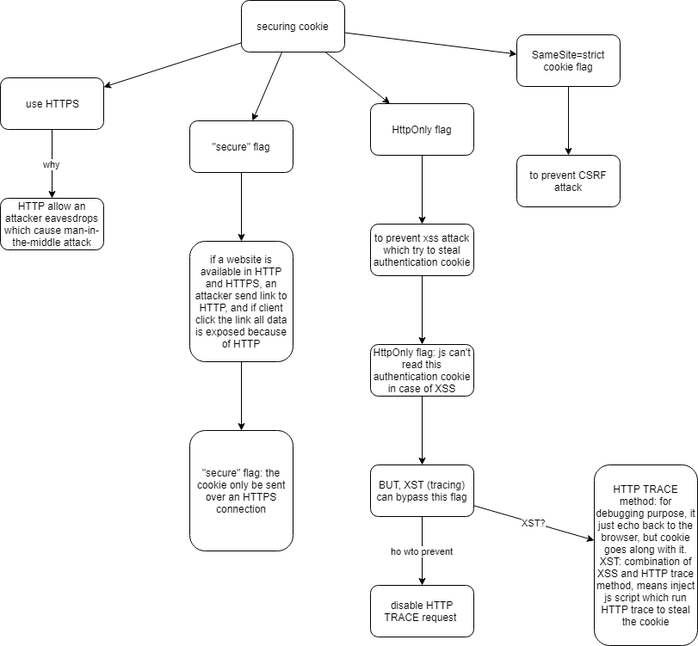
Earlier version of the draw.io export cookie_concept.png (stsiwo/security_concept). Source tidied: cells renumbered, new cells last; positions are measured from the earlier drawing's top-left corner, leaving out a move shared by most shapes. Source of this version:
```xml
<mxGraphModel background="#FFFFFF">
  <root>
    <mxCell id="0" />
    <mxCell id="1" parent="0" />
    <mxCell id="2" style="rounded=0;html=1;jettySize=auto;" parent="1" edge="1" source="6" target="27">
      <mxGeometry relative="1" as="geometry" />
    </mxCell>
    <mxCell id="3" style="edgeStyle=none;rounded=0;html=1;jettySize=auto;" parent="1" edge="1" source="6" target="22">
      <mxGeometry relative="1" as="geometry" />
    </mxCell>
    <mxCell id="4" style="edgeStyle=none;rounded=0;html=1;jettySize=auto;" parent="1" edge="1" source="6" target="11">
      <mxGeometry relative="1" as="geometry" />
    </mxCell>
    <mxCell id="5" style="edgeStyle=none;rounded=0;html=1;jettySize=auto;" parent="1" edge="1" source="6" target="8">
      <mxGeometry relative="1" as="geometry" />
    </mxCell>
    <mxCell id="6" value="securing cookie" style="rounded=1;whiteSpace=wrap;html=1;" parent="1" vertex="1">
      <mxGeometry x="280" width="120" height="60" as="geometry" />
    </mxCell>
    <mxCell id="7" style="edgeStyle=none;rounded=0;html=1;jettySize=auto;" parent="1" edge="1" source="8" target="9">
      <mxGeometry relative="1" as="geometry" />
    </mxCell>
    <mxCell id="8" value="SameSite=strict cookie flag" style="rounded=1;whiteSpace=wrap;html=1;" parent="1" vertex="1">
      <mxGeometry x="600" y="40" width="120" height="60" as="geometry" />
    </mxCell>
    <mxCell id="9" value="to prevent CSRF attack" style="rounded=1;whiteSpace=wrap;html=1;" parent="1" vertex="1">
      <mxGeometry x="600" y="180" width="120" height="60" as="geometry" />
    </mxCell>
    <mxCell id="10" style="edgeStyle=none;rounded=0;html=1;jettySize=auto;" parent="1" edge="1" source="11" target="13">
      <mxGeometry relative="1" as="geometry" />
    </mxCell>
    <mxCell id="11" value="HttpOnly flag" style="rounded=1;whiteSpace=wrap;html=1;" parent="1" vertex="1">
      <mxGeometry x="430" y="120" width="120" height="60" as="geometry" />
    </mxCell>
    <mxCell id="12" style="edgeStyle=none;rounded=0;html=1;jettySize=auto;" parent="1" edge="1" source="13" target="15">
      <mxGeometry relative="1" as="geometry" />
    </mxCell>
    <mxCell id="13" value="to prevent xss attack which try to steal authentication cookie" style="rounded=1;whiteSpace=wrap;html=1;" parent="1" vertex="1">
      <mxGeometry x="430" y="260" width="120" height="60" as="geometry" />
    </mxCell>
    <mxCell id="14" style="edgeStyle=none;rounded=0;html=1;jettySize=auto;" parent="1" edge="1" source="15" target="18">
      <mxGeometry relative="1" as="geometry" />
    </mxCell>
    <mxCell id="15" value="HttpOnly flag: js can't read this authentication cookie in case of XSS" style="rounded=1;whiteSpace=wrap;html=1;" parent="1" vertex="1">
      <mxGeometry x="430" y="400" width="120" height="60" as="geometry" />
    </mxCell>
    <mxCell id="16" value="XST?" style="edgeStyle=none;rounded=0;html=1;jettySize=auto;" parent="1" edge="1" source="18" target="20">
      <mxGeometry relative="1" as="geometry" />
    </mxCell>
    <mxCell id="17" value="ho wto prevent" style="edgeStyle=none;rounded=0;html=1;jettySize=auto;" parent="1" edge="1" source="18" target="19">
      <mxGeometry relative="1" as="geometry" />
    </mxCell>
    <mxCell id="18" value="BUT, XST (tracing) can bypass this flag" style="rounded=1;whiteSpace=wrap;html=1;" parent="1" vertex="1">
      <mxGeometry x="430" y="540" width="120" height="60" as="geometry" />
    </mxCell>
    <mxCell id="19" value="disable HTTP TRACE request&amp;nbsp;" style="rounded=1;whiteSpace=wrap;html=1;" parent="1" vertex="1">
      <mxGeometry x="430" y="680" width="120" height="60" as="geometry" />
    </mxCell>
    <mxCell id="20" value="HTTP TRACE method: for debugging purpose, it just echo back to the browser, but cookie goes along with it.&lt;br&gt;XST: combination of XSS and HTTP trace method, means inject js script which run HTTP trace to steal the cookie&lt;br&gt;" style="rounded=1;whiteSpace=wrap;html=1;" parent="1" vertex="1">
      <mxGeometry x="690" y="540" width="120" height="210" as="geometry" />
    </mxCell>
    <mxCell id="21" style="edgeStyle=none;rounded=0;html=1;jettySize=auto;" parent="1" edge="1" source="22" target="24">
      <mxGeometry relative="1" as="geometry" />
    </mxCell>
    <mxCell id="22" value="&quot;secure&quot; flag" style="rounded=1;whiteSpace=wrap;html=1;" parent="1" vertex="1">
      <mxGeometry x="220" y="140" width="120" height="60" as="geometry" />
    </mxCell>
    <mxCell id="23" style="edgeStyle=none;rounded=0;html=1;jettySize=auto;" parent="1" edge="1" source="24" target="25">
      <mxGeometry relative="1" as="geometry" />
    </mxCell>
    <mxCell id="24" value="if a website is available in HTTP and HTTPS, an attacker send link to HTTP, and if client click the link all data is exposed because of HTTP" style="rounded=1;whiteSpace=wrap;html=1;" parent="1" vertex="1">
      <mxGeometry x="220" y="280" width="120" height="140" as="geometry" />
    </mxCell>
    <mxCell id="25" value="&quot;secure&quot; flag: the cookie only be sent over an HTTPS connection" style="rounded=1;whiteSpace=wrap;html=1;" parent="1" vertex="1">
      <mxGeometry x="220" y="500" width="120" height="140" as="geometry" />
    </mxCell>
    <mxCell id="26" value="why" style="edgeStyle=none;rounded=0;html=1;jettySize=auto;" parent="1" edge="1" source="27" target="28">
      <mxGeometry relative="1" as="geometry" />
    </mxCell>
    <mxCell id="27" value="use HTTPS" style="rounded=1;whiteSpace=wrap;html=1;" parent="1" vertex="1">
      <mxGeometry y="90" width="120" height="60" as="geometry" />
    </mxCell>
    <mxCell id="28" value="HTTP allow an attacker eavesdrops which cause man-in-the-middle attack" style="rounded=1;whiteSpace=wrap;html=1;" parent="1" vertex="1">
      <mxGeometry y="230" width="120" height="60" as="geometry" />
    </mxCell>
  </root>
</mxGraphModel>
```
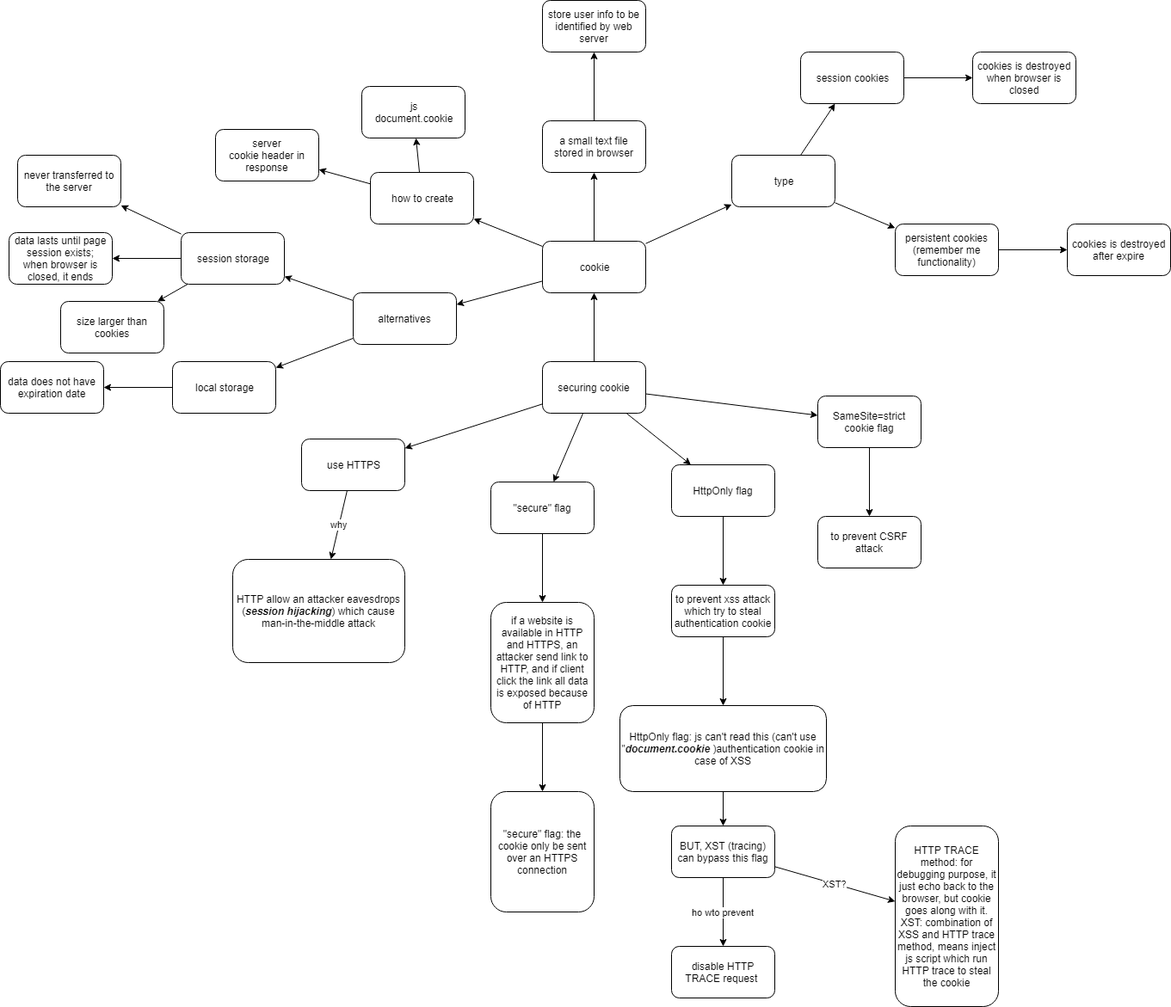
The same file after the commit.

Change to the diagram source:
```diff
@@ -14,9 +14,117 @@
     <mxCell id="5" style="edgeStyle=none;rounded=0;html=1;jettySize=auto;" parent="1" edge="1" source="6" target="8">
       <mxGeometry relative="1" as="geometry" />
     </mxCell>
+    <mxCell id="29" style="edgeStyle=none;rounded=0;html=1;jettySize=auto;" parent="1" edge="1" source="6" target="34">
+      <mxGeometry relative="1" as="geometry" />
+    </mxCell>
     <mxCell id="6" value="securing cookie" style="rounded=1;whiteSpace=wrap;html=1;" parent="1" vertex="1">
       <mxGeometry x="280" width="120" height="60" as="geometry" />
     </mxCell>
+    <mxCell id="30" style="edgeStyle=none;rounded=0;html=1;jettySize=auto;" parent="1" edge="1" source="34" target="63">
+      <mxGeometry relative="1" as="geometry" />
+    </mxCell>
+    <mxCell id="31" style="edgeStyle=none;rounded=0;html=1;jettySize=auto;" parent="1" edge="1" source="34" target="55">
+      <mxGeometry relative="1" as="geometry" />
+    </mxCell>
+    <mxCell id="32" style="edgeStyle=none;rounded=0;html=1;jettySize=auto;" parent="1" edge="1" source="34" target="50">
+      <mxGeometry relative="1" as="geometry" />
+    </mxCell>
+    <mxCell id="33" style="edgeStyle=none;rounded=0;html=1;jettySize=auto;" parent="1" edge="1" source="34" target="37">
+      <mxGeometry relative="1" as="geometry" />
+    </mxCell>
+    <mxCell id="34" value="cookie" style="rounded=1;whiteSpace=wrap;html=1;" parent="1" vertex="1">
+      <mxGeometry x="280" y="-140" width="120" height="60" as="geometry" />
+    </mxCell>
+    <mxCell id="35" style="edgeStyle=none;rounded=0;html=1;jettySize=auto;" parent="1" edge="1" source="37" target="44">
+      <mxGeometry relative="1" as="geometry" />
+    </mxCell>
+    <mxCell id="36" style="edgeStyle=none;rounded=0;html=1;jettySize=auto;" parent="1" edge="1" source="37" target="39">
+      <mxGeometry relative="1" as="geometry" />
+    </mxCell>
+    <mxCell id="37" value="alternatives" style="rounded=1;whiteSpace=wrap;html=1;" parent="1" vertex="1">
+      <mxGeometry x="60" y="-80" width="120" height="60" as="geometry" />
+    </mxCell>
+    <mxCell id="38" style="edgeStyle=none;rounded=0;html=1;jettySize=auto;" parent="1" edge="1" source="39" target="40">
+      <mxGeometry relative="1" as="geometry" />
+    </mxCell>
+    <mxCell id="39" value="local storage" style="rounded=1;whiteSpace=wrap;html=1;" parent="1" vertex="1">
+      <mxGeometry x="-150" width="120" height="60" as="geometry" />
+    </mxCell>
+    <mxCell id="40" value="data does not have expiration date" style="rounded=1;whiteSpace=wrap;html=1;" parent="1" vertex="1">
+      <mxGeometry x="-350" width="120" height="60" as="geometry" />
+    </mxCell>
+    <mxCell id="41" style="edgeStyle=none;rounded=0;html=1;jettySize=auto;" parent="1" edge="1" source="44" target="47">
+      <mxGeometry relative="1" as="geometry" />
+    </mxCell>
+    <mxCell id="42" style="edgeStyle=none;rounded=0;html=1;jettySize=auto;" parent="1" edge="1" source="44" target="46">
+      <mxGeometry relative="1" as="geometry" />
+    </mxCell>
+    <mxCell id="43" style="edgeStyle=none;rounded=0;html=1;jettySize=auto;" parent="1" edge="1" source="44" target="45">
+      <mxGeometry relative="1" as="geometry" />
+    </mxCell>
+    <mxCell id="44" value="session storage" style="rounded=1;whiteSpace=wrap;html=1;" parent="1" vertex="1">
+      <mxGeometry x="-140" y="-150" width="120" height="60" as="geometry" />
+    </mxCell>
+    <mxCell id="45" value="size larger than cookies" style="rounded=1;whiteSpace=wrap;html=1;" parent="1" vertex="1">
+      <mxGeometry x="-280" y="-70" width="120" height="60" as="geometry" />
+    </mxCell>
+    <mxCell id="46" value="never transferred to the server" style="rounded=1;whiteSpace=wrap;html=1;" parent="1" vertex="1">
+      <mxGeometry x="-330" y="-240" width="120" height="60" as="geometry" />
+    </mxCell>
+    <mxCell id="47" value="data lasts until page session exists;&lt;br&gt;when browser is closed, it ends&lt;br&gt;" style="rounded=1;whiteSpace=wrap;html=1;" parent="1" vertex="1">
+      <mxGeometry x="-340" y="-150" width="120" height="60" as="geometry" />
+    </mxCell>
+    <mxCell id="48" style="edgeStyle=none;rounded=0;html=1;jettySize=auto;" parent="1" edge="1" source="50" target="52">
+      <mxGeometry relative="1" as="geometry" />
+    </mxCell>
+    <mxCell id="49" style="edgeStyle=none;rounded=0;html=1;jettySize=auto;" parent="1" edge="1" source="50" target="51">
+      <mxGeometry relative="1" as="geometry" />
+    </mxCell>
+    <mxCell id="50" value="how to create" style="rounded=1;whiteSpace=wrap;html=1;" parent="1" vertex="1">
+      <mxGeometry x="80" y="-220" width="120" height="60" as="geometry" />
+    </mxCell>
+    <mxCell id="51" value="server&lt;br&gt;cookie header in response&lt;br&gt;" style="rounded=1;whiteSpace=wrap;html=1;" parent="1" vertex="1">
+      <mxGeometry x="-100" y="-270" width="120" height="60" as="geometry" />
+    </mxCell>
+    <mxCell id="52" value="js&lt;br&gt;document.cookie&lt;br&gt;" style="rounded=1;whiteSpace=wrap;html=1;" parent="1" vertex="1">
+      <mxGeometry x="70" y="-320" width="120" height="60" as="geometry" />
+    </mxCell>
+    <mxCell id="53" style="edgeStyle=none;rounded=0;html=1;jettySize=auto;" parent="1" edge="1" source="55" target="60">
+      <mxGeometry relative="1" as="geometry" />
+    </mxCell>
+    <mxCell id="54" style="edgeStyle=none;rounded=0;html=1;jettySize=auto;" parent="1" edge="1" source="55" target="57">
+      <mxGeometry relative="1" as="geometry" />
+    </mxCell>
+    <mxCell id="55" value="type" style="rounded=1;whiteSpace=wrap;html=1;" parent="1" vertex="1">
+      <mxGeometry x="500" y="-240" width="120" height="60" as="geometry" />
+    </mxCell>
+    <mxCell id="56" style="edgeStyle=none;rounded=0;html=1;jettySize=auto;" parent="1" edge="1" source="57" target="58">
+      <mxGeometry relative="1" as="geometry" />
+    </mxCell>
+    <mxCell id="57" value="persistent cookies&lt;br&gt;(remember me functionality)&lt;br&gt;" style="rounded=1;whiteSpace=wrap;html=1;" parent="1" vertex="1">
+      <mxGeometry x="690" y="-160" width="120" height="60" as="geometry" />
+    </mxCell>
+    <mxCell id="58" value="cookies is destroyed after expire" style="rounded=1;whiteSpace=wrap;html=1;" parent="1" vertex="1">
+      <mxGeometry x="890" y="-160" width="120" height="60" as="geometry" />
+    </mxCell>
+    <mxCell id="59" style="edgeStyle=none;rounded=0;html=1;jettySize=auto;" parent="1" edge="1" source="60" target="61">
+      <mxGeometry relative="1" as="geometry" />
+    </mxCell>
+    <mxCell id="60" value="session cookies" style="rounded=1;whiteSpace=wrap;html=1;" parent="1" vertex="1">
+      <mxGeometry x="580" y="-360" width="120" height="60" as="geometry" />
+    </mxCell>
+    <mxCell id="61" value="cookies is destroyed when browser is closed" style="rounded=1;whiteSpace=wrap;html=1;" parent="1" vertex="1">
+      <mxGeometry x="780" y="-360" width="120" height="60" as="geometry" />
+    </mxCell>
+    <mxCell id="62" style="edgeStyle=none;rounded=0;html=1;jettySize=auto;" parent="1" edge="1" source="63" target="64">
+      <mxGeometry relative="1" as="geometry" />
+    </mxCell>
+    <mxCell id="63" value="a small text file stored in browser" style="rounded=1;whiteSpace=wrap;html=1;" parent="1" vertex="1">
+      <mxGeometry x="280" y="-280" width="120" height="60" as="geometry" />
+    </mxCell>
+    <mxCell id="64" value="store user info to be identified by web server" style="rounded=1;whiteSpace=wrap;html=1;" parent="1" vertex="1">
+      <mxGeometry x="280" y="-420" width="120" height="60" as="geometry" />
+    </mxCell>
     <mxCell id="7" style="edgeStyle=none;rounded=0;html=1;jettySize=auto;" parent="1" edge="1" source="8" target="9">
       <mxGeometry relative="1" as="geometry" />
     </mxCell>
@@ -41,8 +149,8 @@
     <mxCell id="14" style="edgeStyle=none;rounded=0;html=1;jettySize=auto;" parent="1" edge="1" source="15" target="18">
       <mxGeometry relative="1" as="geometry" />
     </mxCell>
-    <mxCell id="15" value="HttpOnly flag: js can't read this authentication cookie in case of XSS" style="rounded=1;whiteSpace=wrap;html=1;" parent="1" vertex="1">
-      <mxGeometry x="430" y="400" width="120" height="60" as="geometry" />
+    <mxCell id="15" value="HttpOnly flag: js can't read this (can't use &quot;&lt;b&gt;&lt;i&gt;document.cookie&lt;/i&gt;&lt;/b&gt; )authentication cookie in case of XSS" style="rounded=1;whiteSpace=wrap;html=1;" parent="1" vertex="1">
+      <mxGeometry x="370" y="400" width="240" height="100" as="geometry" />
     </mxCell>
     <mxCell id="16" value="XST?" style="edgeStyle=none;rounded=0;html=1;jettySize=auto;" parent="1" edge="1" source="18" target="20">
       <mxGeometry relative="1" as="geometry" />
@@ -80,8 +188,8 @@
     <mxCell id="27" value="use HTTPS" style="rounded=1;whiteSpace=wrap;html=1;" parent="1" vertex="1">
       <mxGeometry y="90" width="120" height="60" as="geometry" />
     </mxCell>
-    <mxCell id="28" value="HTTP allow an attacker eavesdrops which cause man-in-the-middle attack" style="rounded=1;whiteSpace=wrap;html=1;" parent="1" vertex="1">
-      <mxGeometry y="230" width="120" height="60" as="geometry" />
+    <mxCell id="28" value="HTTP allow an attacker eavesdrops (&lt;b&gt;&lt;i&gt;session hijacking&lt;/i&gt;&lt;/b&gt;) which cause man-in-the-middle attack" style="rounded=1;whiteSpace=wrap;html=1;" parent="1" vertex="1">
+      <mxGeometry x="-80" y="230" width="200" height="120" as="geometry" />
     </mxCell>
   </root>
 </mxGraphModel>
```
